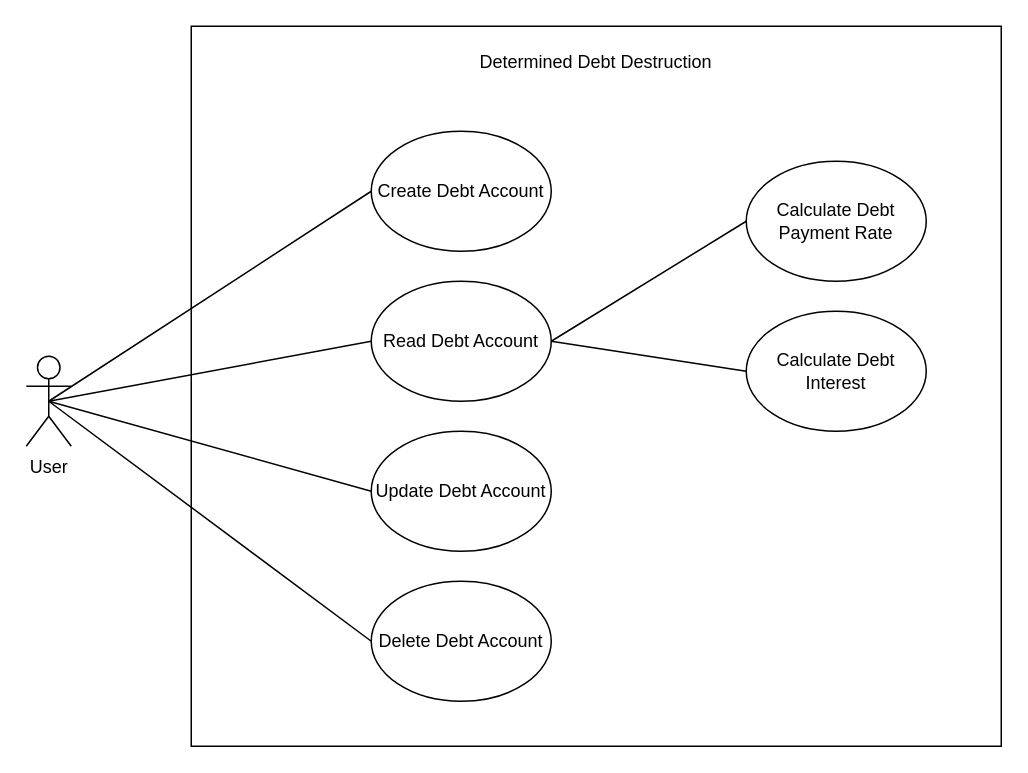
This is Use Case Diagram - Debt Account.drawio from PatrickMcDougle/CSE682-Software-Engineering-Project, a draw.io file, before an edit. Source tidied: cells renumbered, new cells numbered last; positions are measured from the earlier drawing's top-left corner, leaving out a move shared by most shapes. Both pictures are drawn from the tidied source at 150%, with x=0, y=0 at pixel (26, 26).
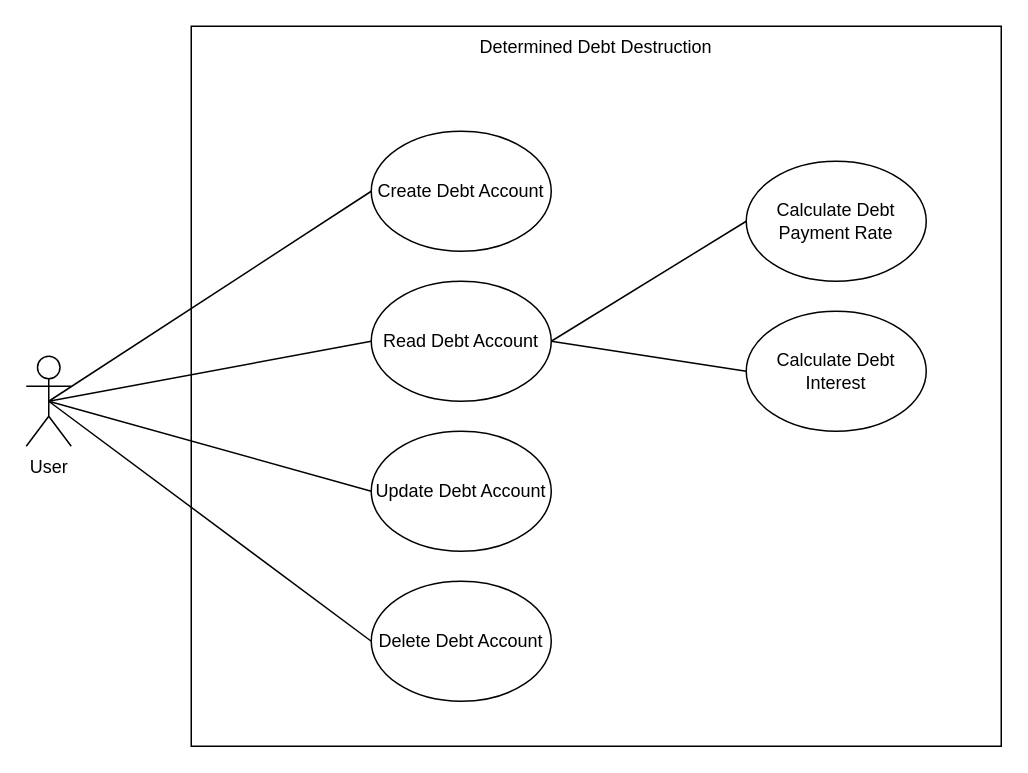
The same diagram, later.

What changed in the source:
```diff
@@
 <mxGraphModel>
   <root>
     <mxCell id="0" />
     <mxCell id="1" parent="0" />
-    <mxCell id="2" value="Determined Debt Destruction&lt;br&gt;&lt;br&gt;&lt;br&gt;&lt;br&gt;&lt;br&gt;&lt;br&gt;&lt;br&gt;&lt;br&gt;&lt;br&gt;&lt;br&gt;&lt;br&gt;&lt;br&gt;&lt;br&gt;&lt;br&gt;&lt;br&gt;&lt;br&gt;&lt;br&gt;&lt;br&gt;&lt;br&gt;&lt;br&gt;&lt;br&gt;&lt;br&gt;&lt;br&gt;&lt;br&gt;&lt;br&gt;&lt;br&gt;&lt;br&gt;&lt;br&gt;&lt;br&gt;&lt;br&gt;&lt;br&gt;" style="rounded=0;whiteSpace=wrap;html=1;" parent="1" vertex="1">
+    <mxCell id="2" value="Determined Debt Destruction" style="rounded=0;whiteSpace=wrap;html=1;align=center;verticalAlign=top;" parent="1" vertex="1">
       <mxGeometry x="110" width="540" height="480" as="geometry" />
     </mxCell>
     <mxCell id="3" value="User" style="shape=umlActor;verticalLabelPosition=bottom;verticalAlign=top;html=1;outlineConnect=0;" parent="1" vertex="1">
       <mxGeometry y="220" width="30" height="60" as="geometry" />
     </mxCell>
     <mxCell id="4" value="Create Debt Account" style="ellipse;whiteSpace=wrap;html=1;" parent="1" vertex="1">
       <mxGeometry x="230" y="70" width="120" height="80" as="geometry" />
     </mxCell>
     <mxCell id="5" value="Calculate Debt Payment Rate" style="ellipse;whiteSpace=wrap;html=1;" parent="1" vertex="1">
       <mxGeometry x="480" y="90" width="120" height="80" as="geometry" />
     </mxCell>
     <mxCell id="6" value="Calculate Debt Interest" style="ellipse;whiteSpace=wrap;html=1;" parent="1" vertex="1">
       <mxGeometry x="480" y="190" width="120" height="80" as="geometry" />
     </mxCell>
     <mxCell id="7" style="endArrow=none;html=1;exitX=1;exitY=0.5;exitDx=0;exitDy=0;entryX=0;entryY=0.5;entryDx=0;entryDy=0;" parent="1" edge="1" source="13" target="5">
       <mxGeometry relative="1" as="geometry" />
     </mxCell>
     <mxCell id="8" style="endArrow=none;html=1;exitX=1;exitY=0.5;exitDx=0;exitDy=0;entryX=0;entryY=0.5;entryDx=0;entryDy=0;" parent="1" edge="1" source="13" target="6">
       <mxGeometry relative="1" as="geometry" />
     </mxCell>
     <mxCell id="9" style="endArrow=none;html=1;exitX=0.5;exitY=0.5;exitDx=0;exitDy=0;exitPerimeter=0;entryX=0;entryY=0.5;entryDx=0;entryDy=0;" parent="1" edge="1" source="3" target="4">
       <mxGeometry relative="1" as="geometry" />
     </mxCell>
     <mxCell id="10" style="endArrow=none;html=1;exitX=0.5;exitY=0.5;exitDx=0;exitDy=0;exitPerimeter=0;entryX=0;entryY=0.5;entryDx=0;entryDy=0;" parent="1" edge="1" source="3" target="13">
       <mxGeometry relative="1" as="geometry" />
     </mxCell>
     <mxCell id="11" style="endArrow=none;html=1;exitX=0.5;exitY=0.5;exitDx=0;exitDy=0;exitPerimeter=0;entryX=0;entryY=0.5;entryDx=0;entryDy=0;" parent="1" edge="1" source="3" target="14">
       <mxGeometry relative="1" as="geometry" />
     </mxCell>
     <mxCell id="12" style="endArrow=none;html=1;exitX=0.5;exitY=0.5;exitDx=0;exitDy=0;exitPerimeter=0;entryX=0;entryY=0.5;entryDx=0;entryDy=0;" parent="1" edge="1" source="3" target="15">
       <mxGeometry relative="1" as="geometry" />
     </mxCell>
     <mxCell id="13" value="Read Debt Account" style="ellipse;whiteSpace=wrap;html=1;" parent="1" vertex="1">
       <mxGeometry x="230" y="170" width="120" height="80" as="geometry" />
     </mxCell>
     <mxCell id="14" value="Update Debt Account" style="ellipse;whiteSpace=wrap;html=1;" parent="1" vertex="1">
       <mxGeometry x="230" y="270" width="120" height="80" as="geometry" />
     </mxCell>
     <mxCell id="15" value="Delete Debt Account" style="ellipse;whiteSpace=wrap;html=1;" parent="1" vertex="1">
       <mxGeometry x="230" y="370" width="120" height="80" as="geometry" />
     </mxCell>
   </root>
 </mxGraphModel>
```
